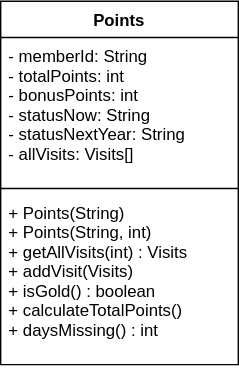
Before: lessons/img/points.drawio.svg, a diagram exported from draw.io (stedwardscollegemt/ib-java-code-leaps-2024). Source tidied: cells renumbered, new cells last; positions are measured from the earlier drawing's top-left corner, leaving out a move shared by most shapes.
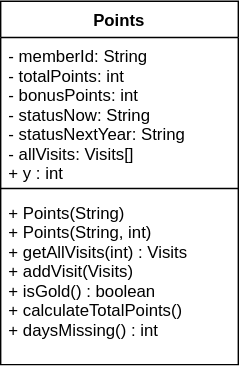
The same diagram one commit later.

Commit message:
Update points UML

What changed in the source:
```diff
@@ -5,7 +5,7 @@
     <mxCell id="2" value="Points" style="swimlane;fontStyle=1;align=center;verticalAlign=top;horizontal=1;startSize=26;" parent="1" vertex="1">
       <mxGeometry width="170" height="260" as="geometry" />
     </mxCell>
-    <mxCell id="3" value="- memberId: String&#10;- totalPoints: int&#10;- bonusPoints: int&#10;- statusNow: String&#10;- statusNextYear: String&#10;- allVisits: Visits[]" style="text;strokeColor=none;fillColor=none;align=left;verticalAlign=top;spacingLeft=4;spacingRight=4;overflow=hidden;" parent="2" vertex="1">
+    <mxCell id="3" value="- memberId: String&#10;- totalPoints: int&#10;- bonusPoints: int&#10;- statusNow: String&#10;- statusNextYear: String&#10;- allVisits: Visits[]&#10;+ y : int" style="text;strokeColor=none;fillColor=none;align=left;verticalAlign=top;spacingLeft=4;spacingRight=4;overflow=hidden;" parent="2" vertex="1">
       <mxGeometry y="26" width="170" height="104" as="geometry" />
     </mxCell>
     <mxCell id="4" style="line;strokeWidth=1;fillColor=none;align=left;verticalAlign=middle;spacingTop=-1;spacingLeft=3;spacingRight=3;labelPosition=right;strokeColor=inherit;" parent="2" vertex="1">
```
